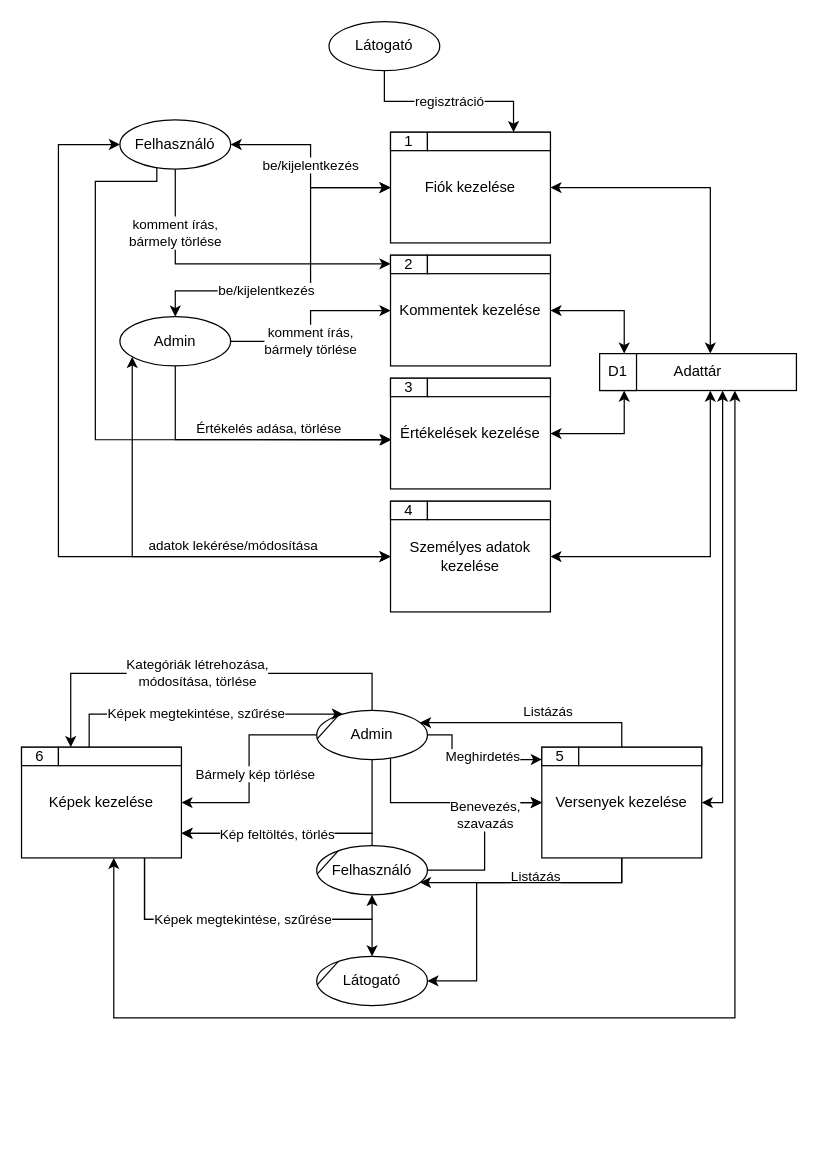
Above: doc/dfd_1.drawio in 7FroSty/fenykepalbum (draw.io), before the change. Source tidied: cells renumbered, new cells numbered last; positions are measured from the earlier drawing's top-left corner, leaving out a move shared by most shapes. Both pictures are drawn from the tidied source at 123%, with x=0, y=0 at pixel (21, 21).
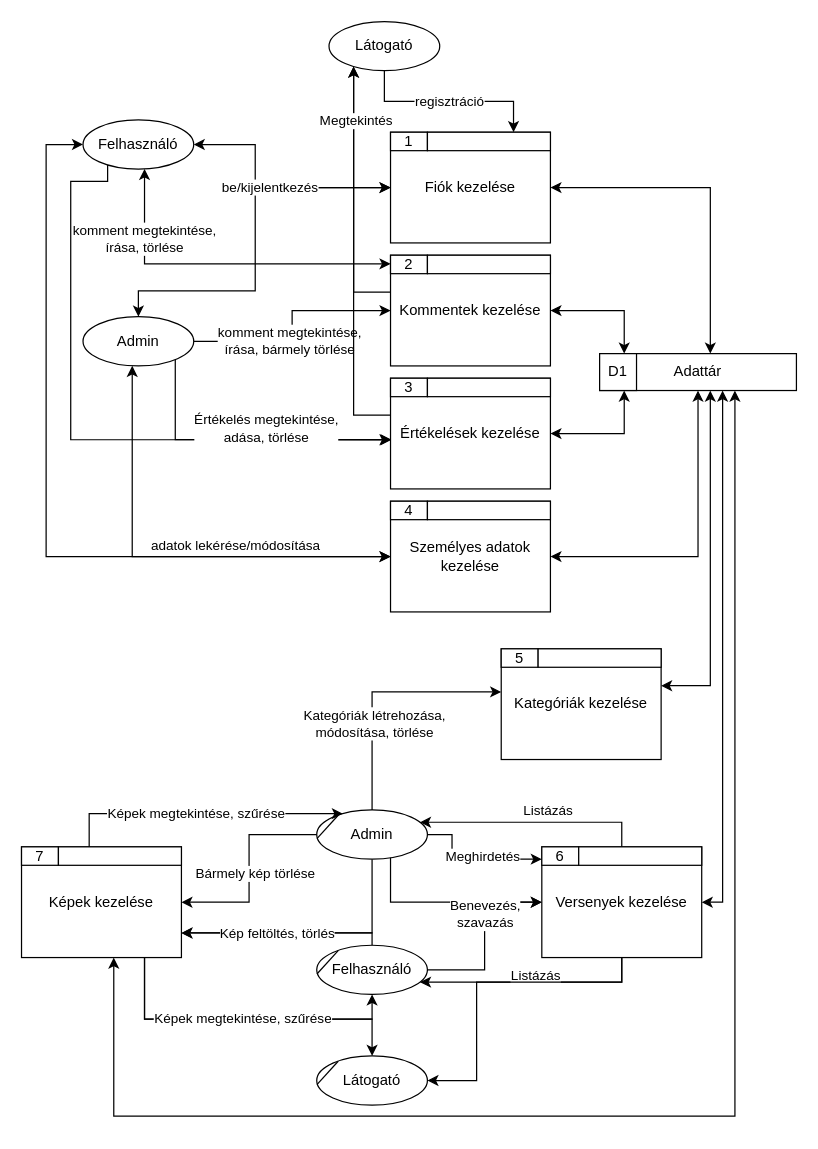
Above is the later version.

Commit message (it also covers changes not shown here):
DFD 1 Módosítás

The change refers to these unchanged cells:
```xml
<mxCell id="5" value="Fiók kezelése" style="rounded=0;whiteSpace=wrap;html=1;" parent="4" vertex="1">
  <mxGeometry width="130" height="90" as="geometry" />
</mxCell>
<mxCell id="9" value="Kommentek kezelése" style="rounded=0;whiteSpace=wrap;html=1;" parent="8" vertex="1">
  <mxGeometry width="130" height="90" as="geometry" />
</mxCell>
<mxCell id="13" value="Személyes adatok&lt;br&gt;kezelése" style="rounded=0;whiteSpace=wrap;html=1;" parent="12" vertex="1">
  <mxGeometry width="130" height="90" as="geometry" />
</mxCell>
<mxCell id="17" value="Adattár" style="rounded=0;whiteSpace=wrap;html=1;" parent="16" vertex="1">
  <mxGeometry width="160" height="30" as="geometry" />
</mxCell>
<mxCell id="21" value="Látogató" style="ellipse;whiteSpace=wrap;html=1;rounded=0;" parent="1" vertex="1">
  <mxGeometry x="250" width="90" height="40" as="geometry" />
</mxCell>
<mxCell id="29" value="Felhasználó" style="ellipse;whiteSpace=wrap;html=1;rounded=0;" parent="28" vertex="1">
  <mxGeometry width="90" height="40" as="geometry" />
</mxCell>
<mxCell id="32" value="Admin" style="ellipse;whiteSpace=wrap;html=1;rounded=0;" parent="31" vertex="1">
  <mxGeometry width="90" height="40" as="geometry" />
</mxCell>
<mxCell id="35" value="Látogató" style="ellipse;whiteSpace=wrap;html=1;rounded=0;" parent="34" vertex="1">
  <mxGeometry width="90" height="40" as="geometry" />
</mxCell>
<mxCell id="38" value="Értékelések kezelése" style="rounded=0;whiteSpace=wrap;html=1;" parent="37" vertex="1">
  <mxGeometry width="130" height="90" as="geometry" />
</mxCell>
<mxCell id="47" value="Versenyek kezelése" style="rounded=0;whiteSpace=wrap;html=1;" parent="46" vertex="1">
  <mxGeometry width="130" height="90" as="geometry" />
</mxCell>
<mxCell id="53" value="Képek kezelése" style="rounded=0;whiteSpace=wrap;html=1;" parent="52" vertex="1">
  <mxGeometry width="130" height="90" as="geometry" />
</mxCell>
```

The edit, as a diff of the source:
```diff
@@
+    <mxCell id="45" style="edgeStyle=orthogonalEdgeStyle;rounded=0;jettySize=auto;html=1;startArrow=classic;startFill=1;" parent="1" edge="1" source="5" target="27">
+      <mxGeometry x="0.51" relative="1" as="geometry">
+        <Array as="points">
+          <mxPoint x="190" y="135" />
+          <mxPoint x="190" y="219" />
+          <mxPoint x="95" y="219" />
+        </Array>
+      </mxGeometry>
+    </mxCell>
     <mxCell id="2" style="edgeStyle=orthogonalEdgeStyle;rounded=0;jettySize=auto;html=1;startArrow=none;startFill=0;endArrow=classic;endFill=1;" parent="1" edge="1" source="53" target="29">
       <mxGeometry relative="1" as="geometry">
         <Array as="points">
-          <mxPoint x="100" y="730" />
-          <mxPoint x="285" y="730" />
+          <mxPoint x="100" y="811" />
+          <mxPoint x="285" y="811" />
         </Array>
       </mxGeometry>
     </mxCell>
     <mxCell id="3" style="edgeStyle=orthogonalEdgeStyle;rounded=0;jettySize=auto;html=1;startArrow=none;startFill=0;endArrow=classic;endFill=1;" parent="1" edge="1" source="32" target="53">
       <mxGeometry relative="1" as="geometry">
         <Array as="points">
-          <mxPoint x="285" y="660" />
+          <mxPoint x="285" y="741" />
         </Array>
       </mxGeometry>
     </mxCell>
@@
     <mxCell id="20" value="be/kijelentkezés" style="edgeStyle=orthogonalEdgeStyle;rounded=0;jettySize=auto;html=1;entryX=1;entryY=0.5;entryDx=0;entryDy=0;startArrow=classic;startFill=1;" parent="1" edge="1" source="5" target="24">
-      <mxGeometry relative="1" as="geometry" />
+      <mxGeometry relative="1" as="geometry">
+        <Array as="points">
+          <mxPoint x="190" y="135" />
+          <mxPoint x="190" y="100" />
+        </Array>
+      </mxGeometry>
     </mxCell>
+    <mxCell id="72" style="edgeStyle=orthogonalEdgeStyle;rounded=0;jettySize=auto;html=1;startArrow=classic;startFill=1;endArrow=none;endFill=0;" parent="1" edge="1" source="21" target="9">
+      <mxGeometry relative="1" as="geometry">
+        <Array as="points">
+          <mxPoint x="270" y="220" />
+        </Array>
+      </mxGeometry>
+    </mxCell>
@@
     <mxCell id="22" value="adatok lekérése/módosítása" style="edgeStyle=orthogonalEdgeStyle;rounded=0;jettySize=auto;html=1;entryX=0;entryY=0.5;entryDx=0;entryDy=0;startArrow=classic;startFill=1;" parent="1" edge="1" source="24" target="13">
       <mxGeometry x="0.61" y="9" relative="1" as="geometry">
         <Array as="points">
-          <mxPoint x="30" y="100" />
-          <mxPoint x="30" y="435" />
+          <mxPoint x="20" y="100" />
+          <mxPoint x="20" y="435" />
         </Array>
       </mxGeometry>
     </mxCell>
     <mxCell id="23" style="edgeStyle=orthogonalEdgeStyle;rounded=0;jettySize=auto;html=1;entryX=0.007;entryY=0.556;entryDx=0;entryDy=0;entryPerimeter=0;startArrow=none;startFill=0;endArrow=classic;endFill=1;" parent="1" edge="1" source="24" target="38">
       <mxGeometry relative="1" as="geometry">
         <Array as="points">
-          <mxPoint x="110" y="130" />
-          <mxPoint x="60" y="130" />
-          <mxPoint x="60" y="340" />
+          <mxPoint x="70" y="130" />
+          <mxPoint x="40" y="130" />
+          <mxPoint x="40" y="340" />
         </Array>
       </mxGeometry>
     </mxCell>
     <mxCell id="24" value="Felhasználó" style="ellipse;whiteSpace=wrap;html=1;rounded=0;" parent="1" vertex="1">
-      <mxGeometry x="80" y="80" width="90" height="40" as="geometry" />
+      <mxGeometry x="50" y="80" width="90" height="40" as="geometry" />
     </mxCell>
-    <mxCell id="25" value="komment írás,&lt;br&gt;bármely törlése" style="edgeStyle=orthogonalEdgeStyle;rounded=0;jettySize=auto;html=1;startArrow=none;startFill=0;endArrow=classic;endFill=1;" parent="1" edge="1" source="27" target="9">
+    <mxCell id="25" value="komment megtekintése,&lt;br&gt;írása, bármely törlése" style="edgeStyle=orthogonalEdgeStyle;rounded=0;jettySize=auto;html=1;startArrow=none;startFill=0;endArrow=classic;endFill=1;" parent="1" edge="1" source="27" target="9">
       <mxGeometry x="-0.16" relative="1" as="geometry" />
     </mxCell>
@@
     <mxCell id="27" value="Admin" style="ellipse;whiteSpace=wrap;html=1;rounded=0;" parent="1" vertex="1">
-      <mxGeometry x="80" y="240" width="90" height="40" as="geometry" />
+      <mxGeometry x="50" y="240" width="90" height="40" as="geometry" />
     </mxCell>
     <mxCell id="28" style="group;" parent="1" vertex="1">
-      <mxGeometry x="240" y="670" width="90" height="40" as="geometry" />
+      <mxGeometry x="240" y="751" width="90" height="40" as="geometry" />
     </mxCell>
@@
     <mxCell id="31" style="group;" parent="1" vertex="1">
-      <mxGeometry x="240" y="560" width="90" height="40" as="geometry" />
+      <mxGeometry x="240" y="641" width="90" height="40" as="geometry" />
     </mxCell>
@@
     <mxCell id="34" style="group;" parent="1" vertex="1">
-      <mxGeometry x="240" y="760" width="90" height="40" as="geometry" />
+      <mxGeometry x="240" y="841" width="90" height="40" as="geometry" />
     </mxCell>
@@
     <mxCell id="44" style="edgeStyle=orthogonalEdgeStyle;rounded=0;jettySize=auto;html=1;entryX=1;entryY=0.5;entryDx=0;entryDy=0;startArrow=classic;startFill=1;" parent="1" edge="1" source="17" target="13">
       <mxGeometry relative="1" as="geometry">
         <Array as="points">
-          <mxPoint x="560" y="435" />
+          <mxPoint x="550" y="435" />
         </Array>
       </mxGeometry>
     </mxCell>
-    <mxCell id="45" value="be/kijelentkezés" style="edgeStyle=orthogonalEdgeStyle;rounded=0;jettySize=auto;html=1;startArrow=classic;startFill=1;" parent="1" edge="1" source="5" target="27">
-      <mxGeometry x="0.32" relative="1" as="geometry">
-        <Array as="points">
-          <mxPoint x="235" y="135" />
-          <mxPoint x="235" y="219" />
-          <mxPoint x="125" y="219" />
-        </Array>
-      </mxGeometry>
-    </mxCell>
     <mxCell id="46" style="group;" parent="1" vertex="1">
-      <mxGeometry x="423" y="590" width="130" height="90" as="geometry" />
+      <mxGeometry x="423" y="671" width="130" height="90" as="geometry" />
     </mxCell>
@@
-    <mxCell id="48" value="5" style="rounded=0;whiteSpace=wrap;html=1;" parent="46" vertex="1">
+    <mxCell id="48" value="6" style="rounded=0;whiteSpace=wrap;html=1;" parent="46" vertex="1">
       <mxGeometry width="30" height="15" as="geometry" />
     </mxCell>
@@
-    <mxCell id="50" value="komment írás,&lt;br&gt;bármely törlése" style="edgeStyle=orthogonalEdgeStyle;rounded=0;jettySize=auto;html=1;startArrow=none;startFill=0;endArrow=classic;endFill=1;" parent="1" edge="1" source="24" target="9">
+    <mxCell id="50" value="komment megtekintése,&lt;br&gt;írása,&amp;nbsp;törlése" style="edgeStyle=orthogonalEdgeStyle;rounded=0;jettySize=auto;html=1;startArrow=classic;startFill=1;endArrow=classic;endFill=1;" parent="1" edge="1" source="24" target="9">
       <mxGeometry x="-0.59" relative="1" as="geometry">
         <Array as="points">
-          <mxPoint x="125" y="197" />
+          <mxPoint x="100" y="197" />
         </Array>
       </mxGeometry>
     </mxCell>
-    <mxCell id="51" value="Értékelés adása, törlése" style="edgeStyle=orthogonalEdgeStyle;rounded=0;jettySize=auto;html=1;startArrow=none;startFill=0;endArrow=classic;endFill=1;" parent="1" edge="1" source="27" target="38">
+    <mxCell id="51" value="Értékelés megtekintése,&lt;br&gt;adása, törlése" style="edgeStyle=orthogonalEdgeStyle;rounded=0;jettySize=auto;html=1;startArrow=none;startFill=0;endArrow=classic;endFill=1;" parent="1" edge="1" source="27" target="38">
       <mxGeometry x="0.16" y="9" relative="1" as="geometry">
         <Array as="points">
           <mxPoint x="125" y="340" />
         </Array>
       </mxGeometry>
     </mxCell>
     <mxCell id="52" style="group;" parent="1" vertex="1">
-      <mxGeometry y="590" width="130" height="90" as="geometry" />
+      <mxGeometry y="671" width="130" height="90" as="geometry" />
     </mxCell>
@@
-    <mxCell id="54" value="6" style="rounded=0;whiteSpace=wrap;html=1;" parent="52" vertex="1">
+    <mxCell id="54" value="7" style="rounded=0;whiteSpace=wrap;html=1;" parent="52" vertex="1">
       <mxGeometry width="30" height="15" as="geometry" />
     </mxCell>
@@
     <mxCell id="56" style="edgeStyle=orthogonalEdgeStyle;rounded=0;jettySize=auto;html=1;startArrow=classic;startFill=1;" parent="1" edge="1" source="17" target="47">
       <mxGeometry relative="1" as="geometry">
         <Array as="points">
-          <mxPoint x="570" y="635" />
+          <mxPoint x="570" y="716" />
         </Array>
       </mxGeometry>
     </mxCell>
     <mxCell id="57" style="edgeStyle=orthogonalEdgeStyle;rounded=0;jettySize=auto;html=1;startArrow=classic;startFill=1;" parent="1" edge="1" source="17" target="53">
       <mxGeometry relative="1" as="geometry">
         <Array as="points">
-          <mxPoint x="580" y="810" />
-          <mxPoint x="75" y="810" />
+          <mxPoint x="580" y="890" />
+          <mxPoint x="75" y="890" />
         </Array>
       </mxGeometry>
     </mxCell>
     <mxCell id="58" style="edgeStyle=orthogonalEdgeStyle;rounded=0;jettySize=auto;html=1;startArrow=none;startFill=0;endArrow=classic;endFill=1;" parent="1" edge="1" source="32" target="47">
       <mxGeometry relative="1" as="geometry">
         <Array as="points">
-          <mxPoint x="300" y="635" />
+          <mxPoint x="300" y="716" />
         </Array>
       </mxGeometry>
     </mxCell>
     <mxCell id="59" value="Meghirdetés" style="edgeStyle=orthogonalEdgeStyle;rounded=0;jettySize=auto;html=1;startArrow=none;startFill=0;endArrow=classic;endFill=1;" parent="1" edge="1" source="32" target="47">
       <mxGeometry x="0.15" y="2" relative="1" as="geometry">
         <Array as="points">
-          <mxPoint x="350" y="580" />
-          <mxPoint x="350" y="600" />
+          <mxPoint x="350" y="661" />
+          <mxPoint x="350" y="681" />
         </Array>
       </mxGeometry>
     </mxCell>
@@
     <mxCell id="61" value="Listázás" style="edgeStyle=orthogonalEdgeStyle;rounded=0;jettySize=auto;html=1;startArrow=classic;startFill=1;endArrow=none;endFill=0;" parent="1" edge="1" source="35" target="47">
       <mxGeometry x="0.3" y="5" relative="1" as="geometry">
         <Array as="points">
-          <mxPoint x="370" y="780" />
-          <mxPoint x="370" y="700" />
-          <mxPoint x="488" y="700" />
+          <mxPoint x="370" y="861" />
+          <mxPoint x="370" y="781" />
+          <mxPoint x="488" y="781" />
         </Array>
       </mxGeometry>
     </mxCell>
     <mxCell id="62" style="edgeStyle=orthogonalEdgeStyle;rounded=0;jettySize=auto;html=1;startArrow=none;startFill=0;endArrow=classic;endFill=1;" parent="1" edge="1" source="47" target="29">
       <mxGeometry relative="1" as="geometry">
         <Array as="points">
-          <mxPoint x="488" y="700" />
+          <mxPoint x="488" y="781" />
         </Array>
       </mxGeometry>
     </mxCell>
     <mxCell id="63" value="Listázás" style="edgeStyle=orthogonalEdgeStyle;rounded=0;jettySize=auto;html=1;startArrow=classic;startFill=1;endArrow=none;endFill=0;" parent="1" edge="1" source="32" target="47">
       <mxGeometry x="0.13" y="9" relative="1" as="geometry">
         <Array as="points">
-          <mxPoint x="488" y="570" />
+          <mxPoint x="488" y="651" />
         </Array>
       </mxGeometry>
     </mxCell>
@@
     <mxCell id="66" style="edgeStyle=orthogonalEdgeStyle;rounded=0;jettySize=auto;html=1;startArrow=none;startFill=0;endArrow=classic;endFill=1;" parent="1" edge="1" source="29" target="53">
       <mxGeometry relative="1" as="geometry">
         <Array as="points">
-          <mxPoint x="285" y="660" />
+          <mxPoint x="285" y="741" />
         </Array>
       </mxGeometry>
     </mxCell>
@@
     <mxCell id="68" value="Képek megtekintése, szűrése" style="edgeStyle=orthogonalEdgeStyle;rounded=0;jettySize=auto;html=1;startArrow=classic;startFill=1;endArrow=none;endFill=0;" parent="1" edge="1" source="35" target="53">
       <mxGeometry x="0.02" relative="1" as="geometry">
         <Array as="points">
-          <mxPoint x="285" y="730" />
-          <mxPoint x="100" y="730" />
+          <mxPoint x="285" y="811" />
+          <mxPoint x="100" y="811" />
         </Array>
       </mxGeometry>
     </mxCell>
     <mxCell id="69" value="Képek megtekintése, szűrése" style="edgeStyle=orthogonalEdgeStyle;rounded=0;jettySize=auto;html=1;startArrow=classic;startFill=1;endArrow=none;endFill=0;" parent="1" edge="1" source="32" target="53">
       <mxGeometry x="0.02" relative="1" as="geometry">
         <Array as="points">
-          <mxPoint x="55" y="563" />
+          <mxPoint x="55" y="644" />
         </Array>
       </mxGeometry>
     </mxCell>
-    <mxCell id="70" style="edgeStyle=orthogonalEdgeStyle;rounded=0;jettySize=auto;html=1;startArrow=none;startFill=0;endArrow=classic;endFill=1;" parent="1" edge="1" source="32" target="53">
+    <mxCell id="70" style="edgeStyle=orthogonalEdgeStyle;rounded=0;jettySize=auto;html=1;startArrow=none;startFill=0;endArrow=classic;endFill=1;" parent="1" edge="1" source="32" target="74">
       <mxGeometry relative="1" as="geometry">
         <Array as="points">
-          <mxPoint x="285" y="530" />
-          <mxPoint x="40" y="530" />
+          <mxPoint x="285" y="545" />
         </Array>
       </mxGeometry>
     </mxCell>
     <mxCell id="71" value="Kategóriák létrehozása,&lt;br&gt;módosítása, törlése" style="edgeLabel;html=1;align=center;verticalAlign=middle;" parent="70" vertex="1">
-      <mxGeometry x="0.03" y="-1" relative="1" as="geometry" />
+      <mxGeometry x="0.03" y="-1" relative="1" as="geometry">
+        <mxPoint x="-6.8" y="24" as="offset" />
+      </mxGeometry>
     </mxCell>
+    <mxCell id="73" style="group;" parent="1" vertex="1">
+      <mxGeometry x="390" y="510" width="130" height="90" as="geometry" />
+    </mxCell>
+    <mxCell id="74" value="Kategóriák kezelése" style="rounded=0;whiteSpace=wrap;html=1;" parent="73" vertex="1">
+      <mxGeometry width="130" height="90" as="geometry" />
+    </mxCell>
+    <mxCell id="75" value="5" style="rounded=0;whiteSpace=wrap;html=1;" parent="73" vertex="1">
+      <mxGeometry width="30" height="15" as="geometry" />
+    </mxCell>
+    <mxCell id="76" style="rounded=0;whiteSpace=wrap;html=1;" parent="73" vertex="1">
+      <mxGeometry x="30" width="100" height="15" as="geometry" />
+    </mxCell>
+    <mxCell id="77" style="edgeStyle=orthogonalEdgeStyle;rounded=0;jettySize=auto;html=1;startArrow=classic;startFill=1;" parent="1" edge="1" source="74" target="17">
+      <mxGeometry relative="1" as="geometry">
+        <Array as="points">
+          <mxPoint x="560" y="540" />
+        </Array>
+      </mxGeometry>
+    </mxCell>
+    <mxCell id="78" style="edgeStyle=orthogonalEdgeStyle;rounded=0;jettySize=auto;html=1;startArrow=none;startFill=0;" parent="1" edge="1" source="38" target="21">
+      <mxGeometry relative="1" as="geometry">
+        <Array as="points">
+          <mxPoint x="270" y="320" />
+        </Array>
+      </mxGeometry>
+    </mxCell>
+    <mxCell id="79" value="Megtekintés" style="edgeLabel;html=1;align=center;verticalAlign=middle;" parent="78" vertex="1">
+      <mxGeometry x="0.77" y="-1" relative="1" as="geometry">
+        <mxPoint y="7.1" as="offset" />
+      </mxGeometry>
+    </mxCell>
```
